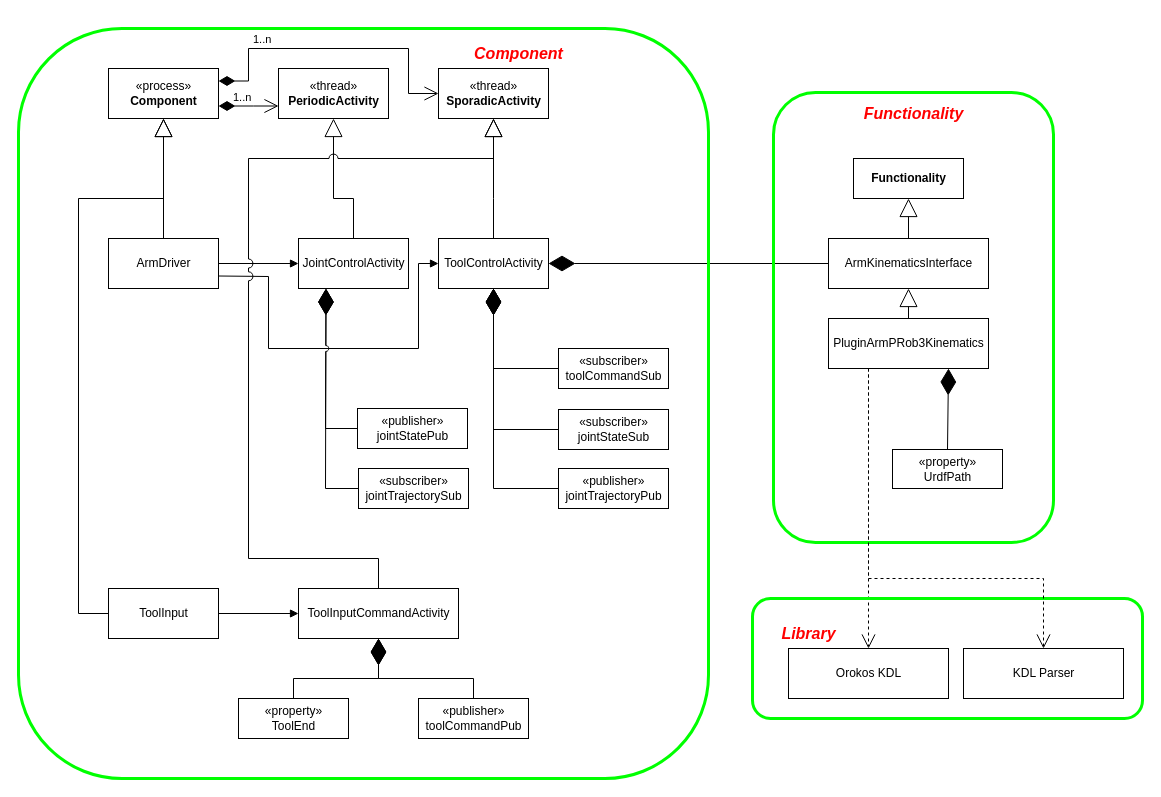
matteoverzeroli/Laboratorio-di-Robotica-2022-2023 keeps this draw.io diagram as ImageFiles/publish_subscribe_architecture.drawio. Above is the earlier version. Source tidied: cells renumbered, new cells numbered last; positions are measured from the earlier drawing's top-left corner, leaving out a move shared by most shapes. Both pictures are drawn from the tidied source at 100%, with x=0, y=0 at pixel (18, 28).
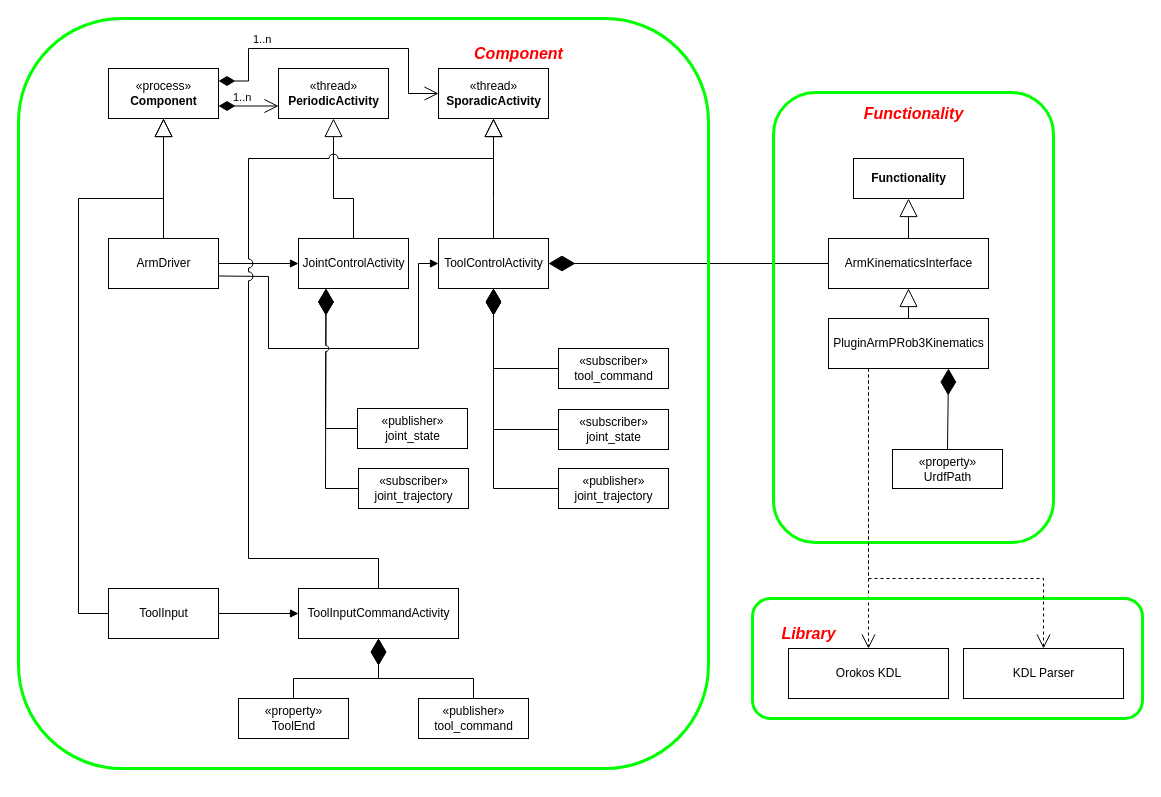
After the change.

Change to the diagram source:
```diff
@@
-    <mxCell id="22" value="«publisher»&lt;br&gt;jointTrajectoryPub" style="html=1;" parent="1" vertex="1">
+    <mxCell id="22" value="«publisher»&lt;br&gt;joint_trajectory" style="html=1;" parent="1" vertex="1">
       <mxGeometry x="540" y="440" width="110" height="40" as="geometry" />
     </mxCell>
-    <mxCell id="23" value="«subscriber»&lt;br&gt;jointStateSub" style="html=1;" parent="1" vertex="1">
+    <mxCell id="23" value="«subscriber»&lt;br&gt;joint_state" style="html=1;" parent="1" vertex="1">
       <mxGeometry x="540" y="381" width="110" height="40" as="geometry" />
     </mxCell>
-    <mxCell id="24" value="«subscriber»&lt;br&gt;toolCommandSub" style="html=1;" parent="1" vertex="1">
+    <mxCell id="24" value="«subscriber»&lt;br&gt;tool_command" style="html=1;" parent="1" vertex="1">
       <mxGeometry x="540" y="320" width="110" height="40" as="geometry" />
     </mxCell>
@@
-    <mxCell id="35" value="«publisher»&lt;br&gt;toolCommandPub" style="html=1;" parent="1" vertex="1">
+    <mxCell id="35" value="«publisher»&lt;br&gt;tool_command" style="html=1;" parent="1" vertex="1">
       <mxGeometry x="400" y="670" width="110" height="40" as="geometry" />
     </mxCell>
@@
-    <mxCell id="38" value="«publisher»&lt;br&gt;jointStatePub" style="html=1;" parent="1" vertex="1">
+    <mxCell id="38" value="«publisher»&lt;br&gt;joint_state" style="html=1;" parent="1" vertex="1">
       <mxGeometry x="339" y="380" width="110" height="40" as="geometry" />
     </mxCell>
-    <mxCell id="39" value="«subscriber»&lt;br&gt;jointTrajectorySub" style="html=1;" parent="1" vertex="1">
+    <mxCell id="39" value="«subscriber»&lt;br&gt;joint_trajectory" style="html=1;" parent="1" vertex="1">
       <mxGeometry x="340" y="440" width="110" height="40" as="geometry" />
     </mxCell>
@@
     <mxCell id="42" style="rounded=1;whiteSpace=wrap;html=1;fillColor=none;strokeColor=#00FF00;strokeWidth=3;" parent="1" vertex="1">
-      <mxGeometry width="690" height="750" as="geometry" />
+      <mxGeometry y="-10" width="690" height="750" as="geometry" />
     </mxCell>
```
